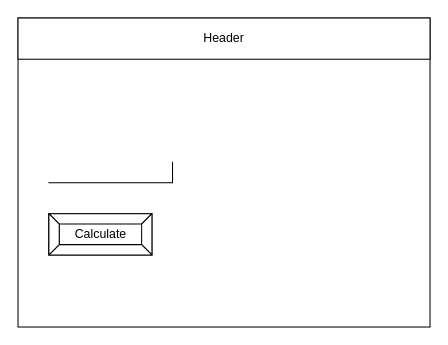
Justin-Lavoie16/Unit-5-08-JS keeps this draw.io diagram as design/story-board.drawio. Above is the earlier version. Source tidied: cells renumbered, new cells numbered last; positions are measured from the earlier drawing's top-left corner, leaving out a move shared by most shapes. Both pictures are drawn from the tidied source at 103%, with x=0, y=0 at pixel (18, 18).
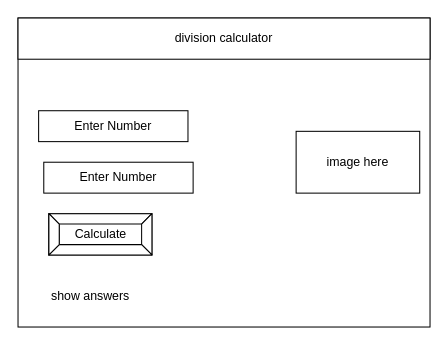
The same page after the edit.

The edit, as a diff of the source:
```diff
@@
 <mxGraphModel>
   <root>
     <mxCell id="0" />
     <mxCell id="1" parent="0" />
     <mxCell id="2" style="rounded=0;whiteSpace=wrap;html=1;" parent="1" vertex="1">
       <mxGeometry width="400" height="300" as="geometry" />
     </mxCell>
-    <mxCell id="3" value="Header" style="rounded=0;whiteSpace=wrap;html=1;" parent="1" vertex="1">
+    <mxCell id="3" value="division calculator" style="rounded=0;whiteSpace=wrap;html=1;" parent="1" vertex="1">
       <mxGeometry width="400" height="40" as="geometry" />
     </mxCell>
-    <mxCell id="4" style="shape=partialRectangle;whiteSpace=wrap;html=1;top=0;left=0;fillColor=none;" parent="1" vertex="1">
-      <mxGeometry x="30" y="140" width="120" height="20" as="geometry" />
-    </mxCell>
     <mxCell id="5" value="Calculate" style="labelPosition=center;verticalLabelPosition=middle;align=center;html=1;shape=mxgraph.basic.button;dx=10;" parent="1" vertex="1">
       <mxGeometry x="30" y="190" width="100" height="40" as="geometry" />
     </mxCell>
+    <mxCell id="6" value="image here" style="whiteSpace=wrap;html=1;" parent="1" vertex="1">
+      <mxGeometry x="270" y="110" width="120" height="60" as="geometry" />
+    </mxCell>
+    <mxCell id="7" value="Enter Number" style="whiteSpace=wrap;html=1;" parent="1" vertex="1">
+      <mxGeometry x="25" y="140" width="145" height="30" as="geometry" />
+    </mxCell>
+    <mxCell id="8" value="Enter Number" style="whiteSpace=wrap;html=1;" parent="1" vertex="1">
+      <mxGeometry x="20" y="90" width="145" height="30" as="geometry" />
+    </mxCell>
+    <mxCell id="9" value="show answers" style="text;html=1;align=center;verticalAlign=middle;fillColor=none;strokeColor=none;rounded=0;" parent="1" vertex="1">
+      <mxGeometry x="25" y="260" width="90" height="20" as="geometry" />
+    </mxCell>
   </root>
 </mxGraphModel>
```
